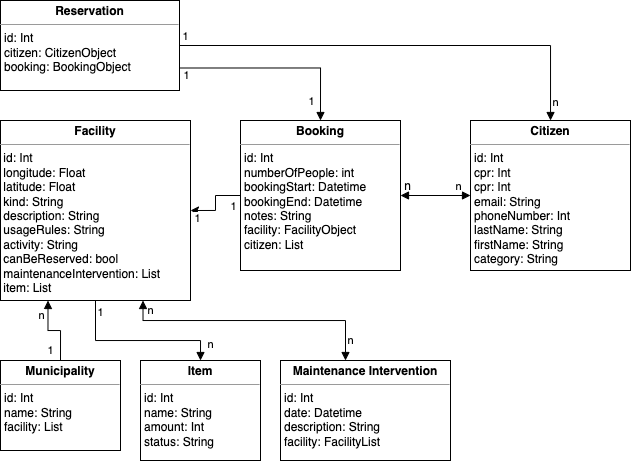
Above: Handin3/schema.png in MartinStokholm/DABExercises (draw.io), before the change. Source tidied: cells renumbered, new cells last; positions are measured from the earlier drawing's top-left corner, leaving out a move shared by most shapes.
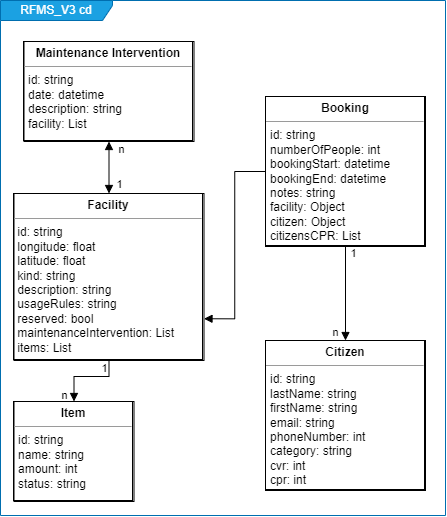
After the commit.

Commit message:
Updated schema to reflect implementation

Diff of the diagram source:
```diff
@@ -1,124 +1,71 @@
-<mxGraphModel>
+<mxGraphModel background="#ffffff">
   <root>
     <mxCell id="0" />
     <mxCell id="1" parent="0" />
-    <mxCell id="2" value="&lt;p style=&quot;margin: 0px ; margin-top: 4px ; text-align: center&quot;&gt;&lt;b&gt;Citizen&lt;/b&gt;&lt;/p&gt;&lt;hr size=&quot;1&quot;&gt;&lt;p style=&quot;margin: 0px ; margin-left: 4px&quot;&gt;id: Int&lt;/p&gt;&lt;p style=&quot;margin: 0px ; margin-left: 4px&quot;&gt;cpr: Int&lt;/p&gt;&lt;p style=&quot;margin: 0px ; margin-left: 4px&quot;&gt;cpr: Int&lt;/p&gt;&lt;p style=&quot;margin: 0px ; margin-left: 4px&quot;&gt;email: String&lt;/p&gt;&lt;p style=&quot;margin: 0px ; margin-left: 4px&quot;&gt;phoneNumber: Int&lt;/p&gt;&lt;p style=&quot;margin: 0px ; margin-left: 4px&quot;&gt;lastName: String&lt;/p&gt;&lt;p style=&quot;margin: 0px ; margin-left: 4px&quot;&gt;firstName: String&lt;/p&gt;&lt;p style=&quot;margin: 0px ; margin-left: 4px&quot;&gt;category: String&lt;/p&gt;&lt;p style=&quot;margin: 0px ; margin-left: 4px&quot;&gt;&lt;br&gt;&lt;/p&gt;" style="verticalAlign=top;align=left;overflow=fill;fontSize=12;fontFamily=Helvetica;html=1;" parent="1" vertex="1">
-      <mxGeometry x="470" y="120" width="160" height="150" as="geometry" />
+    <mxCell id="2" value="&lt;p style=&quot;margin: 0px ; margin-top: 4px ; text-align: center&quot;&gt;&lt;b&gt;Citizen&lt;/b&gt;&lt;/p&gt;&lt;hr size=&quot;1&quot;&gt;&lt;p style=&quot;margin: 0px ; margin-left: 4px&quot;&gt;id: string&lt;/p&gt;&lt;p style=&quot;margin: 0px ; margin-left: 4px&quot;&gt;&lt;span&gt;lastName: string&lt;/span&gt;&lt;br&gt;&lt;/p&gt;&lt;p style=&quot;margin: 0px ; margin-left: 4px&quot;&gt;firstName: string&lt;/p&gt;&lt;p style=&quot;margin: 0px 0px 0px 4px&quot;&gt;&lt;span&gt;email: string&lt;/span&gt;&lt;br&gt;&lt;/p&gt;&lt;p style=&quot;margin: 0px 0px 0px 4px&quot;&gt;phoneNumber: int&lt;/p&gt;&lt;p style=&quot;margin: 0px ; margin-left: 4px&quot;&gt;category: string&lt;/p&gt;&lt;p style=&quot;margin: 0px 0px 0px 4px&quot;&gt;cvr: int&lt;/p&gt;&lt;p style=&quot;margin: 0px 0px 0px 4px&quot;&gt;cpr: int&lt;/p&gt;&lt;div&gt;&lt;br&gt;&lt;/div&gt;" style="verticalAlign=top;align=left;overflow=fill;fontSize=12;fontFamily=Helvetica;html=1;labelBorderColor=#000000;" parent="1" vertex="1">
+      <mxGeometry x="261" y="468" width="160" height="150" as="geometry" />
     </mxCell>
-    <mxCell id="3" style="edgeStyle=orthogonalEdgeStyle;rounded=0;html=1;exitX=1;exitY=0.5;exitDx=0;exitDy=0;entryX=0;entryY=0.5;entryDx=0;entryDy=0;startArrow=block;startFill=1;endArrow=block;endFill=1;" parent="1" edge="1" source="5" target="2">
-      <mxGeometry relative="1" as="geometry" />
-    </mxCell>
-    <mxCell id="4" value="n" style="edgeLabel;html=1;align=center;verticalAlign=middle;" parent="3" vertex="1">
-      <mxGeometry x="0.59" y="2" relative="1" as="geometry">
-        <mxPoint x="2" y="-7" as="offset" />
-      </mxGeometry>
-    </mxCell>
-    <mxCell id="5" value="&lt;p style=&quot;margin: 0px ; margin-top: 4px ; text-align: center&quot;&gt;&lt;b&gt;Booking&lt;/b&gt;&lt;/p&gt;&lt;hr size=&quot;1&quot;&gt;&lt;p style=&quot;margin: 0px ; margin-left: 4px&quot;&gt;id: Int&lt;/p&gt;&lt;p style=&quot;margin: 0px ; margin-left: 4px&quot;&gt;numberOfPeople: int&lt;/p&gt;&lt;p style=&quot;margin: 0px ; margin-left: 4px&quot;&gt;bookingStart: Datetime&lt;/p&gt;&lt;p style=&quot;margin: 0px ; margin-left: 4px&quot;&gt;bookingEnd: Datetime&lt;/p&gt;&lt;p style=&quot;margin: 0px ; margin-left: 4px&quot;&gt;notes: String&lt;/p&gt;&lt;p style=&quot;margin: 0px ; margin-left: 4px&quot;&gt;facility: FacilityObject&lt;/p&gt;&lt;p style=&quot;margin: 0px ; margin-left: 4px&quot;&gt;citizen: List&lt;/p&gt;&lt;p style=&quot;margin: 0px ; margin-left: 4px&quot;&gt;&lt;br&gt;&lt;/p&gt;&lt;p style=&quot;margin: 0px ; margin-left: 4px&quot;&gt;&lt;br&gt;&lt;/p&gt;" style="verticalAlign=top;align=left;overflow=fill;fontSize=12;fontFamily=Helvetica;html=1;" parent="1" vertex="1">
-      <mxGeometry x="240" y="120" width="160" height="150" as="geometry" />
+    <mxCell id="5" value="&lt;p style=&quot;margin: 0px ; margin-top: 4px ; text-align: center&quot;&gt;&lt;b&gt;Booking&lt;/b&gt;&lt;/p&gt;&lt;hr size=&quot;1&quot;&gt;&lt;p style=&quot;margin: 0px ; margin-left: 4px&quot;&gt;id: string&lt;/p&gt;&lt;p style=&quot;margin: 0px ; margin-left: 4px&quot;&gt;numberOfPeople: int&lt;/p&gt;&lt;p style=&quot;margin: 0px ; margin-left: 4px&quot;&gt;bookingStart: datetime&lt;/p&gt;&lt;p style=&quot;margin: 0px ; margin-left: 4px&quot;&gt;bookingEnd: datetime&lt;/p&gt;&lt;p style=&quot;margin: 0px ; margin-left: 4px&quot;&gt;notes: string&lt;/p&gt;&lt;p style=&quot;margin: 0px ; margin-left: 4px&quot;&gt;facility: Object&lt;/p&gt;&lt;p style=&quot;margin: 0px ; margin-left: 4px&quot;&gt;citizen: Object&lt;/p&gt;&lt;p style=&quot;margin: 0px ; margin-left: 4px&quot;&gt;citizensCPR: List&lt;/p&gt;&lt;p style=&quot;margin: 0px ; margin-left: 4px&quot;&gt;&lt;br&gt;&lt;/p&gt;&lt;p style=&quot;margin: 0px ; margin-left: 4px&quot;&gt;&lt;br&gt;&lt;/p&gt;" style="verticalAlign=top;align=left;overflow=fill;fontSize=12;fontFamily=Helvetica;html=1;labelBorderColor=#000000;" parent="1" vertex="1">
+      <mxGeometry x="261" y="224" width="160" height="150" as="geometry" />
     </mxCell>
-    <mxCell id="6" style="edgeStyle=orthogonalEdgeStyle;rounded=0;html=1;startArrow=classic;startFill=1;endArrow=none;endFill=0;exitX=1;exitY=0.5;exitDx=0;exitDy=0;" parent="1" edge="1" source="12" target="5">
-      <mxGeometry relative="1" as="geometry" />
-    </mxCell>
-    <mxCell id="7" value="1" style="edgeLabel;html=1;align=center;verticalAlign=middle;" parent="6" vertex="1">
-      <mxGeometry x="0.85" relative="1" as="geometry">
-        <mxPoint x="-2" y="11" as="offset" />
-      </mxGeometry>
-    </mxCell>
-    <mxCell id="8" value="1" style="edgeLabel;html=1;align=center;verticalAlign=middle;" parent="6" vertex="1">
-      <mxGeometry x="-0.59" relative="1" as="geometry">
-        <mxPoint x="-7" y="8" as="offset" />
-      </mxGeometry>
-    </mxCell>
-    <mxCell id="9" style="edgeStyle=orthogonalEdgeStyle;rounded=0;html=1;exitX=0.5;exitY=1;exitDx=0;exitDy=0;startArrow=none;startFill=0;endArrow=block;endFill=1;entryX=0.5;entryY=0;entryDx=0;entryDy=0;" parent="1" edge="1" source="12" target="27">
+    <mxCell id="9" style="edgeStyle=orthogonalEdgeStyle;rounded=0;html=1;startArrow=none;startFill=0;endArrow=block;endFill=1;entryX=0.5;entryY=0;entryDx=0;entryDy=0;strokeColor=#000000;labelBorderColor=default;exitX=0.5;exitY=1;exitDx=0;exitDy=0;" parent="1" edge="1" source="12" target="27">
       <mxGeometry relative="1" as="geometry">
         <Array as="points">
-          <mxPoint x="95" y="340" />
-          <mxPoint x="200" y="340" />
+          <mxPoint x="105" y="504" />
+          <mxPoint x="70" y="504" />
         </Array>
       </mxGeometry>
     </mxCell>
-    <mxCell id="10" value="n" style="edgeLabel;html=1;align=center;verticalAlign=middle;" parent="9" vertex="1">
-      <mxGeometry x="0.8" y="-1" relative="1" as="geometry">
-        <mxPoint x="11" as="offset" />
-      </mxGeometry>
-    </mxCell>
-    <mxCell id="11" value="1" style="edgeLabel;html=1;align=center;verticalAlign=middle;" parent="9" vertex="1">
-      <mxGeometry x="-0.85" y="1" relative="1" as="geometry">
-        <mxPoint x="4" as="offset" />
-      </mxGeometry>
-    </mxCell>
+    <mxCell id="30" value="n" style="edgeLabel;html=1;align=center;verticalAlign=middle;labelBackgroundColor=none;fontColor=#000000;labelBorderColor=none;" parent="9" vertex="1">
+      <mxGeometry x="0.7" y="-1" relative="1" as="geometry">
+        <mxPoint x="-9" y="5" as="offset" />
+      </mxGeometry>
+    </mxCell>
+    <mxCell id="31" value="1" style="edgeLabel;html=1;align=center;verticalAlign=middle;fontColor=#000000;labelBackgroundColor=none;labelBorderColor=none;" parent="9" vertex="1">
+      <mxGeometry x="-0.88" y="-1" relative="1" as="geometry">
+        <mxPoint x="-4" y="3" as="offset" />
+      </mxGeometry>
+    </mxCell>
-    <mxCell id="12" value="&lt;p style=&quot;margin: 0px ; margin-top: 4px ; text-align: center&quot;&gt;&lt;b&gt;Facility&lt;/b&gt;&lt;/p&gt;&lt;hr size=&quot;1&quot;&gt;&lt;p style=&quot;margin: 0px ; margin-left: 4px&quot;&gt;&lt;/p&gt;&amp;nbsp;id: Int&lt;br&gt;&amp;nbsp;longitude: Float&lt;br&gt;&amp;nbsp;latitude: Float&lt;br&gt;&amp;nbsp;kind: String&lt;br&gt;&amp;nbsp;description: String&lt;br&gt;&amp;nbsp;usageRules: String&lt;br&gt;&amp;nbsp;activity: String&lt;br&gt;&amp;nbsp;canBeReserved: bool&lt;br&gt;&amp;nbsp;maintenanceIntervention: List&lt;br&gt;&amp;nbsp;item: List" style="verticalAlign=top;align=left;overflow=fill;fontSize=12;fontFamily=Helvetica;html=1;" parent="1" vertex="1">
-      <mxGeometry y="120" width="190" height="180" as="geometry" />
+    <mxCell id="12" value="&lt;p style=&quot;margin: 0px ; margin-top: 4px ; text-align: center&quot;&gt;&lt;b&gt;Facility&lt;/b&gt;&lt;/p&gt;&lt;hr size=&quot;1&quot;&gt;&lt;p style=&quot;margin: 0px ; margin-left: 4px&quot;&gt;&lt;/p&gt;&amp;nbsp;id: string&lt;br&gt;&amp;nbsp;longitude: float&lt;br&gt;&amp;nbsp;latitude: float&lt;br&gt;&amp;nbsp;kind: string&lt;br&gt;&amp;nbsp;description: string&lt;br&gt;&amp;nbsp;usageRules: string&lt;br&gt;&amp;nbsp;reserved: bool&lt;br&gt;&amp;nbsp;maintenanceIntervention: List&lt;br&gt;&amp;nbsp;items: List" style="verticalAlign=top;align=left;overflow=fill;fontSize=12;fontFamily=Helvetica;html=1;labelBorderColor=#000000;" parent="1" vertex="1">
+      <mxGeometry x="9.5" y="321" width="190" height="167" as="geometry" />
     </mxCell>
-    <mxCell id="13" style="edgeStyle=orthogonalEdgeStyle;rounded=0;html=1;exitX=0.5;exitY=0;exitDx=0;exitDy=0;entryX=0.25;entryY=1;entryDx=0;entryDy=0;startArrow=none;startFill=0;endArrow=block;endFill=1;" parent="1" edge="1" source="16" target="12">
-      <mxGeometry relative="1" as="geometry" />
-    </mxCell>
-    <mxCell id="14" value="1" style="edgeLabel;html=1;align=center;verticalAlign=middle;" parent="13" vertex="1">
-      <mxGeometry x="-0.54" relative="1" as="geometry">
-        <mxPoint x="-10" y="7" as="offset" />
-      </mxGeometry>
-    </mxCell>
-    <mxCell id="15" value="n" style="edgeLabel;html=1;align=center;verticalAlign=middle;" parent="13" vertex="1">
-      <mxGeometry x="0.58" y="1" relative="1" as="geometry">
-        <mxPoint x="-6" as="offset" />
-      </mxGeometry>
-    </mxCell>
-    <mxCell id="16" value="&lt;p style=&quot;margin: 0px ; margin-top: 4px ; text-align: center&quot;&gt;&lt;b&gt;Municipality&lt;/b&gt;&lt;/p&gt;&lt;hr size=&quot;1&quot;&gt;&lt;p style=&quot;margin: 0px ; margin-left: 4px&quot;&gt;id: Int&lt;/p&gt;&lt;p style=&quot;margin: 0px ; margin-left: 4px&quot;&gt;name: String&lt;/p&gt;&lt;p style=&quot;margin: 0px ; margin-left: 4px&quot;&gt;facility: List&lt;/p&gt;" style="verticalAlign=top;align=left;overflow=fill;fontSize=12;fontFamily=Helvetica;html=1;" parent="1" vertex="1">
-      <mxGeometry y="360" width="120" height="90" as="geometry" />
-    </mxCell>
-    <mxCell id="17" style="edgeStyle=orthogonalEdgeStyle;rounded=0;html=1;endArrow=block;endFill=1;" parent="1" edge="1" source="22" target="2">
-      <mxGeometry relative="1" as="geometry" />
-    </mxCell>
-    <mxCell id="18" value="n" style="edgeLabel;html=1;align=center;verticalAlign=middle;" parent="17" vertex="1">
-      <mxGeometry x="0.9" y="1" relative="1" as="geometry">
-        <mxPoint x="4" y="3" as="offset" />
-      </mxGeometry>
-    </mxCell>
-    <mxCell id="19" style="edgeStyle=orthogonalEdgeStyle;rounded=0;html=1;exitX=1;exitY=0.75;exitDx=0;exitDy=0;entryX=0.5;entryY=0;entryDx=0;entryDy=0;startArrow=none;startFill=0;endArrow=block;endFill=1;" parent="1" edge="1" source="22" target="5">
-      <mxGeometry relative="1" as="geometry" />
-    </mxCell>
-    <mxCell id="20" value="1" style="edgeLabel;html=1;align=center;verticalAlign=middle;" parent="19" vertex="1">
-      <mxGeometry x="-0.91" y="-1" relative="1" as="geometry">
-        <mxPoint x="-2" y="6" as="offset" />
-      </mxGeometry>
-    </mxCell>
-    <mxCell id="21" value="1" style="edgeLabel;html=1;align=center;verticalAlign=middle;" parent="19" vertex="1">
-      <mxGeometry x="0.76" y="1" relative="1" as="geometry">
-        <mxPoint x="-10" y="4" as="offset" />
-      </mxGeometry>
-    </mxCell>
-    <mxCell id="22" value="&lt;p style=&quot;margin: 0px ; margin-top: 4px ; text-align: center&quot;&gt;&lt;b&gt;Reservation&lt;/b&gt;&lt;/p&gt;&lt;hr size=&quot;1&quot;&gt;&lt;p style=&quot;margin: 0px ; margin-left: 4px&quot;&gt;id: Int&amp;nbsp;&lt;/p&gt;&lt;p style=&quot;margin: 0px ; margin-left: 4px&quot;&gt;citizen: CitizenObject&lt;/p&gt;&lt;p style=&quot;margin: 0px ; margin-left: 4px&quot;&gt;booking: BookingObject&lt;/p&gt;" style="verticalAlign=top;align=left;overflow=fill;fontSize=12;fontFamily=Helvetica;html=1;" parent="1" vertex="1">
-      <mxGeometry width="179" height="90" as="geometry" />
-    </mxCell>
-    <mxCell id="23" style="edgeStyle=orthogonalEdgeStyle;rounded=0;html=1;startArrow=block;startFill=1;endArrow=block;endFill=1;entryX=0.75;entryY=1;entryDx=0;entryDy=0;" parent="1" edge="1" source="26" target="12">
-      <mxGeometry relative="1" as="geometry">
-        <Array as="points">
-          <mxPoint x="345" y="320" />
-          <mxPoint x="142" y="320" />
-        </Array>
-      </mxGeometry>
+    <mxCell id="23" style="edgeStyle=orthogonalEdgeStyle;rounded=0;html=1;startArrow=block;startFill=1;endArrow=block;endFill=1;exitX=0.5;exitY=1;exitDx=0;exitDy=0;strokeColor=#000000;labelBackgroundColor=none;fontColor=#FFFFFF;labelBorderColor=default;" parent="1" edge="1" source="26" target="12">
+      <mxGeometry relative="1" as="geometry" />
     </mxCell>
-    <mxCell id="24" value="n" style="edgeLabel;html=1;align=center;verticalAlign=middle;" parent="23" vertex="1">
-      <mxGeometry x="0.24" y="-1" relative="1" as="geometry">
-        <mxPoint x="-72" y="-9" as="offset" />
-      </mxGeometry>
-    </mxCell>
-    <mxCell id="25" value="n" style="edgeLabel;html=1;align=center;verticalAlign=middle;" parent="23" vertex="1">
-      <mxGeometry x="-0.63" y="2" relative="1" as="geometry">
-        <mxPoint x="14" y="18" as="offset" />
-      </mxGeometry>
-    </mxCell>
+    <mxCell id="32" value="n" style="edgeLabel;html=1;align=center;verticalAlign=middle;labelBackgroundColor=none;fontColor=#000000;labelBorderColor=none;" parent="23" vertex="1">
+      <mxGeometry x="-0.6" relative="1" as="geometry">
+        <mxPoint x="12" y="-3" as="offset" />
+      </mxGeometry>
+    </mxCell>
+    <mxCell id="33" value="1" style="edgeLabel;html=1;align=center;verticalAlign=middle;fontColor=#000000;labelBackgroundColor=none;labelBorderColor=none;" parent="23" vertex="1">
+      <mxGeometry x="0.65" y="2" relative="1" as="geometry">
+        <mxPoint x="8" as="offset" />
+      </mxGeometry>
+    </mxCell>
-    <mxCell id="26" value="&lt;p style=&quot;margin: 0px ; margin-top: 4px ; text-align: center&quot;&gt;&lt;b&gt;Maintenance Intervention&lt;/b&gt;&lt;/p&gt;&lt;hr size=&quot;1&quot;&gt;&lt;p style=&quot;margin: 0px ; margin-left: 4px&quot;&gt;id: Int&lt;/p&gt;&lt;p style=&quot;margin: 0px ; margin-left: 4px&quot;&gt;date: Datetime&lt;/p&gt;&lt;p style=&quot;margin: 0px ; margin-left: 4px&quot;&gt;description: String&lt;/p&gt;&lt;p style=&quot;margin: 0px ; margin-left: 4px&quot;&gt;facility: FacilityList&lt;/p&gt;&amp;nbsp;" style="verticalAlign=top;align=left;overflow=fill;fontSize=12;fontFamily=Helvetica;html=1;" parent="1" vertex="1">
-      <mxGeometry x="280" y="360" width="170" height="100" as="geometry" />
+    <mxCell id="26" value="&lt;p style=&quot;margin: 0px ; margin-top: 4px ; text-align: center&quot;&gt;&lt;b&gt;Maintenance Intervention&lt;/b&gt;&lt;/p&gt;&lt;hr size=&quot;1&quot;&gt;&lt;p style=&quot;margin: 0px ; margin-left: 4px&quot;&gt;id: string&lt;/p&gt;&lt;p style=&quot;margin: 0px ; margin-left: 4px&quot;&gt;date: datetime&lt;/p&gt;&lt;p style=&quot;margin: 0px ; margin-left: 4px&quot;&gt;description: string&lt;/p&gt;&lt;p style=&quot;margin: 0px ; margin-left: 4px&quot;&gt;facility: List&lt;/p&gt;&amp;nbsp;" style="verticalAlign=top;align=left;overflow=fill;fontSize=12;fontFamily=Helvetica;html=1;labelBorderColor=#000000;" parent="1" vertex="1">
+      <mxGeometry x="19.5" y="169" width="170" height="100" as="geometry" />
     </mxCell>
-    <mxCell id="27" value="&lt;p style=&quot;margin: 0px ; margin-top: 4px ; text-align: center&quot;&gt;&lt;b&gt;Item&lt;/b&gt;&lt;/p&gt;&lt;hr size=&quot;1&quot;&gt;&lt;p style=&quot;margin: 0px 0px 0px 4px&quot;&gt;id: Int&lt;/p&gt;&lt;p style=&quot;margin: 0px 0px 0px 4px&quot;&gt;name: String&lt;/p&gt;&lt;p style=&quot;margin: 0px 0px 0px 4px&quot;&gt;amount: Int&lt;/p&gt;&lt;p style=&quot;margin: 0px ; margin-left: 4px&quot;&gt;&lt;span&gt;status: String&lt;/span&gt;&lt;br&gt;&lt;/p&gt;" style="verticalAlign=top;align=left;overflow=fill;fontSize=12;fontFamily=Helvetica;html=1;" parent="1" vertex="1">
-      <mxGeometry x="140" y="360" width="120" height="100" as="geometry" />
+    <mxCell id="27" value="&lt;p style=&quot;margin: 0px ; margin-top: 4px ; text-align: center&quot;&gt;&lt;b&gt;Item&lt;/b&gt;&lt;/p&gt;&lt;hr size=&quot;1&quot;&gt;&lt;p style=&quot;margin: 0px 0px 0px 4px&quot;&gt;id: string&lt;/p&gt;&lt;p style=&quot;margin: 0px 0px 0px 4px&quot;&gt;name: string&lt;/p&gt;&lt;p style=&quot;margin: 0px 0px 0px 4px&quot;&gt;amount: int&lt;/p&gt;&lt;p style=&quot;margin: 0px ; margin-left: 4px&quot;&gt;&lt;span&gt;status: string&lt;/span&gt;&lt;br&gt;&lt;/p&gt;" style="verticalAlign=top;align=left;overflow=fill;fontSize=12;fontFamily=Helvetica;html=1;labelBorderColor=#000000;" parent="1" vertex="1">
+      <mxGeometry x="9.5" y="529" width="120" height="100" as="geometry" />
     </mxCell>
-    <mxCell id="28" value="n" style="text;html=1;align=center;verticalAlign=middle;strokeColor=none;fillColor=none;" parent="1" vertex="1">
-      <mxGeometry x="397" y="176" width="20" height="20" as="geometry" />
-    </mxCell>
-    <mxCell id="29" value="1" style="edgeLabel;html=1;align=center;verticalAlign=middle;" parent="1" vertex="1">
-      <mxGeometry x="185" y="36" as="geometry" />
-    </mxCell>
+    <mxCell id="6" style="edgeStyle=orthogonalEdgeStyle;rounded=0;html=1;startArrow=block;startFill=1;endArrow=none;endFill=0;exitX=1;exitY=0.75;exitDx=0;exitDy=0;strokeColor=#000000;labelBackgroundColor=none;fontColor=#FFFFFF;labelBorderColor=default;" parent="1" edge="1" source="12" target="5">
+      <mxGeometry relative="1" as="geometry" />
+    </mxCell>
+    <mxCell id="34" style="edgeStyle=orthogonalEdgeStyle;rounded=0;html=1;startArrow=block;startFill=1;endArrow=none;endFill=0;strokeColor=#000000;labelBackgroundColor=none;fontColor=#FFFFFF;labelBorderColor=default;exitX=0.5;exitY=0;exitDx=0;exitDy=0;" parent="1" edge="1" source="2" target="5">
+      <mxGeometry relative="1" as="geometry" />
+    </mxCell>
+    <mxCell id="35" value="1" style="edgeLabel;html=1;align=center;verticalAlign=middle;labelBackgroundColor=none;fontColor=#0A0A0A;" parent="34" vertex="1">
+      <mxGeometry x="0.89" relative="1" as="geometry">
+        <mxPoint x="8" y="2" as="offset" />
+      </mxGeometry>
+    </mxCell>
+    <mxCell id="36" value="n" style="edgeLabel;html=1;align=center;verticalAlign=middle;fontColor=#0A0A0A;labelBackgroundColor=none;" parent="34" vertex="1">
+      <mxGeometry x="-0.65" y="1" relative="1" as="geometry">
+        <mxPoint x="-9" y="8" as="offset" />
+      </mxGeometry>
+    </mxCell>
+    <mxCell id="37" value="RFMS_V3 cd" style="shape=umlFrame;whiteSpace=wrap;html=1;labelBackgroundColor=none;fontColor=#ffffff;width=112;height=20;strokeColor=#006EAF;fillColor=#1ba1e2;" parent="1" vertex="1">
+      <mxGeometry x="-4" y="128" width="445" height="515" as="geometry" />
+    </mxCell>
   </root>
 </mxGraphModel>
```
